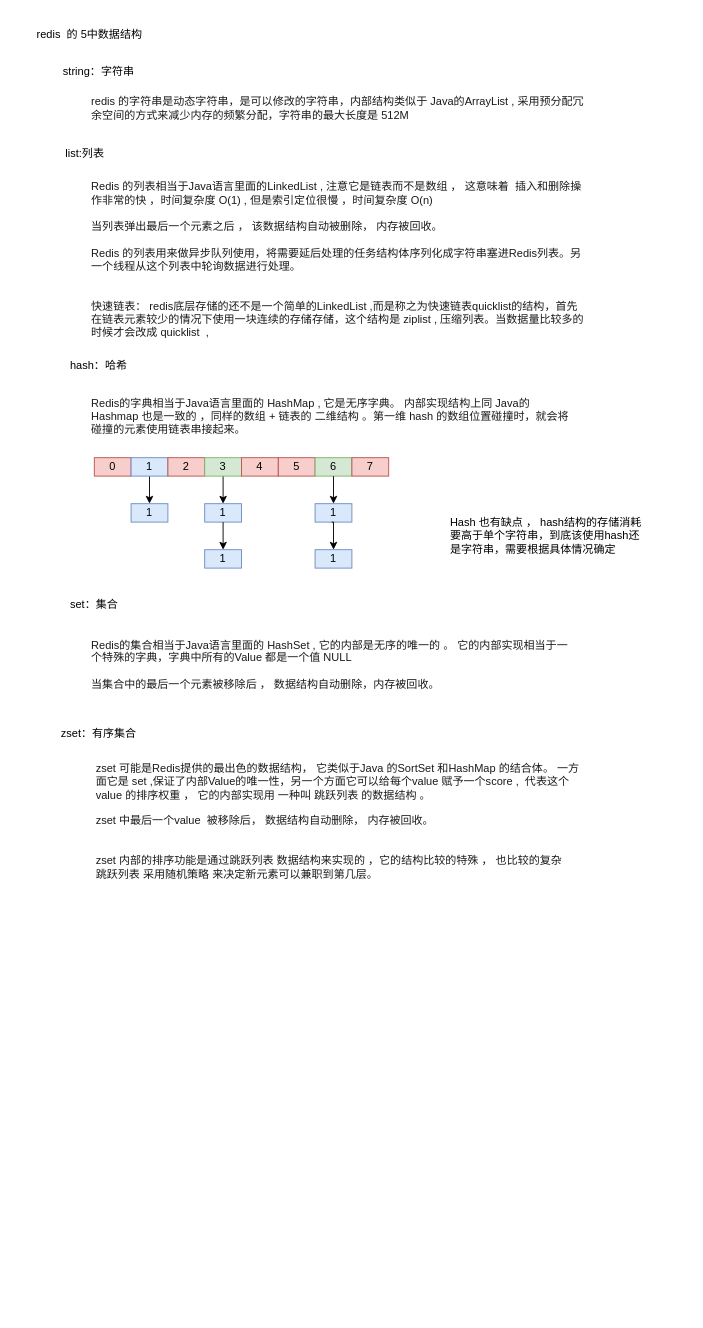
topyuluo/photo-project keeps this draw.io diagram as redis.drawio. Above is the earlier version. Source tidied: cells renumbered, new cells numbered last; positions are measured from the earlier drawing's top-left corner, leaving out a move shared by most shapes. Both pictures are drawn from the tidied source at 92%, with x=0, y=0 at pixel (16, 16).
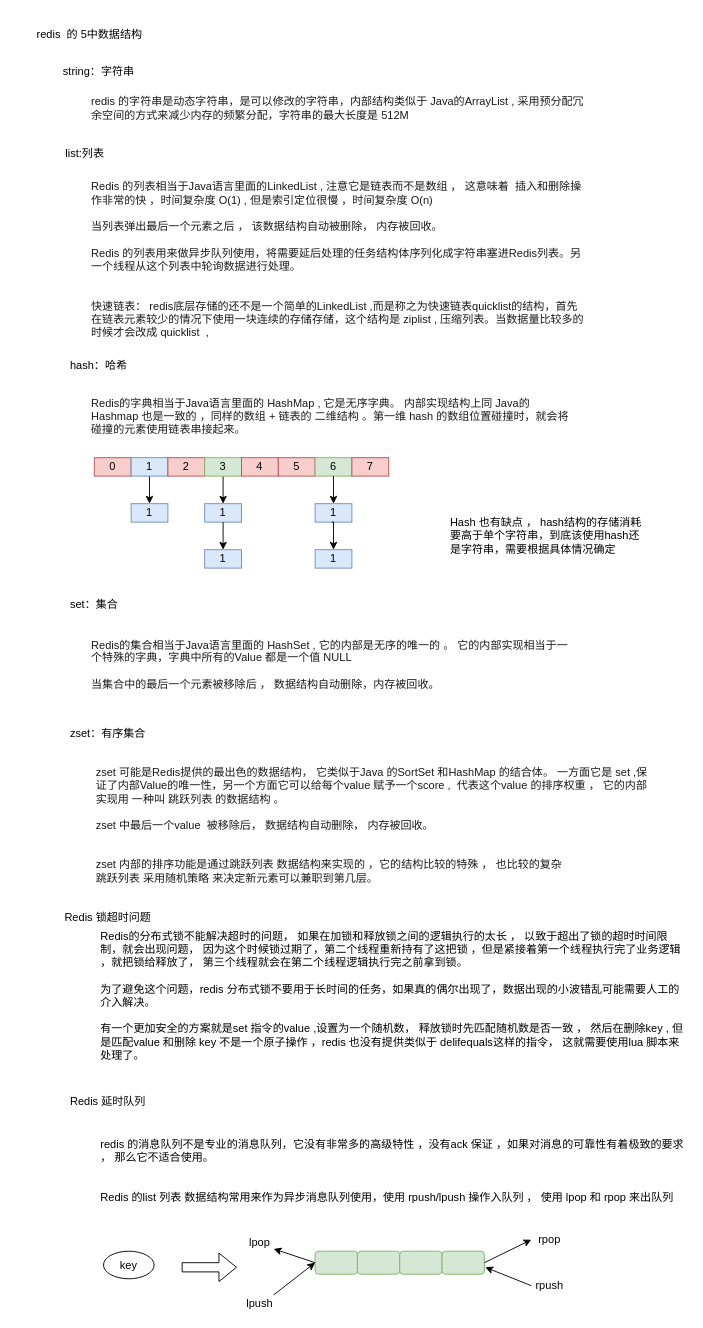
Above is the later version.

Diff of the diagram source:
```diff
@@
     <mxCell id="6" value="zset：有序集合" style="text;html=1;strokeColor=none;fillColor=none;align=center;verticalAlign=middle;whiteSpace=wrap;rounded=0;" parent="1" vertex="1">
-      <mxGeometry x="45" y="770" width="90" height="20" as="geometry" />
+      <mxGeometry x="55" y="770" width="90" height="20" as="geometry" />
     </mxCell>
@@
     <mxCell id="31" value="&lt;font color=&quot;#1a1a1a&quot;&gt;zset 可能是Redis提供的最出色的数据结构， 它类似于Java 的SortSet 和HashMap 的结合体。 一方面它是 set ,保证了内部Value的唯一性，另一个方面它可以给每个value 赋予一个score ,&amp;nbsp; 代表这个value 的排序权重 ， 它的内部实现用 一种叫 跳跃列表 的数据结构 。&lt;br&gt;&lt;br&gt;zset 中最后一个value&amp;nbsp; 被移除后， 数据结构自动删除， 内存被回收。&lt;br&gt;&lt;br&gt;&lt;br&gt;zset 内部的排序功能是通过跳跃列表 数据结构来实现的 ，它的结构比较的特殊 ， 也比较的复杂&lt;br&gt;跳跃列表 采用随机策略 来决定新元素可以兼职到第几层。&lt;br&gt;&lt;/font&gt;" style="text;html=1;strokeColor=none;fillColor=none;align=left;verticalAlign=middle;whiteSpace=wrap;rounded=0;" parent="1" vertex="1">
-      <mxGeometry x="85" y="810" width="535" height="130" as="geometry" />
+      <mxGeometry x="85" y="810" width="605" height="140" as="geometry" />
     </mxCell>
+    <mxCell id="32" value="Redis 锁超时问题" style="text;html=1;strokeColor=none;fillColor=none;align=center;verticalAlign=middle;whiteSpace=wrap;rounded=0;" parent="1" vertex="1">
+      <mxGeometry x="50" y="970" width="100" height="20" as="geometry" />
+    </mxCell>
+    <mxCell id="33" value="Redis的分布式锁不能解决超时的问题， 如果在加锁和释放锁之间的逻辑执行的太长 ， 以致于超出了锁的超时时间限制，就会出现问题， 因为这个时候锁过期了，第二个线程重新持有了这把锁 ，但是紧接着第一个线程执行完了业务逻辑 ，就把锁给释放了， 第三个线程就会在第二个线程逻辑执行完之前拿到锁。&lt;br&gt;&lt;br&gt;为了避免这个问题，redis 分布式锁不要用于长时间的任务，如果真的偶尔出现了，数据出现的小波错乱可能需要人工的介入解决。&lt;br&gt;&lt;br&gt;有一个更加安全的方案就是set 指令的value ,设置为一个随机数， 释放锁时先匹配随机数是否一致 ， 然后在删除key , 但是匹配value 和删除 key 不是一个原子操作 ，redis 也没有提供类似于 delifequals这样的指令， 这就需要使用lua 脚本来处理了。&amp;nbsp;" style="text;html=1;strokeColor=none;fillColor=none;align=left;verticalAlign=middle;whiteSpace=wrap;rounded=0;" parent="1" vertex="1">
+      <mxGeometry x="90" y="1020" width="640" height="90" as="geometry" />
+    </mxCell>
+    <mxCell id="34" value="Redis 延时队列" style="text;html=1;strokeColor=none;fillColor=none;align=center;verticalAlign=middle;whiteSpace=wrap;rounded=0;" parent="1" vertex="1">
+      <mxGeometry x="50" y="1170" width="100" height="20" as="geometry" />
+    </mxCell>
+    <mxCell id="35" value="redis 的消息队列不是专业的消息队列，它没有非常多的高级特性 ，没有ack 保证 ，如果对消息的可靠性有着极致的要求 ， 那么它不适合使用。&lt;br&gt;&lt;br&gt;&lt;br&gt;Redis 的list 列表 数据结构常用来作为异步消息队列使用，使用 rpush/lpush 操作入队列 ， 使用 lpop 和 rpop 来出队列" style="text;html=1;strokeColor=none;fillColor=none;align=left;verticalAlign=middle;whiteSpace=wrap;rounded=0;" parent="1" vertex="1">
+      <mxGeometry x="90" y="1210" width="640" height="90" as="geometry" />
+    </mxCell>
+    <mxCell id="36" value="key" style="ellipse;whiteSpace=wrap;html=1;align=center;" parent="1" vertex="1">
+      <mxGeometry x="95" y="1342.5" width="55" height="30" as="geometry" />
+    </mxCell>
+    <mxCell id="37" style="rounded=1;whiteSpace=wrap;html=1;align=center;fillColor=#d5e8d4;strokeColor=#82b366;" parent="1" vertex="1">
+      <mxGeometry x="325" y="1342.5" width="46" height="25" as="geometry" />
+    </mxCell>
+    <mxCell id="38" style="rounded=1;whiteSpace=wrap;html=1;align=center;fillColor=#d5e8d4;strokeColor=#82b366;" parent="1" vertex="1">
+      <mxGeometry x="371" y="1342.5" width="46" height="25" as="geometry" />
+    </mxCell>
+    <mxCell id="39" style="rounded=1;whiteSpace=wrap;html=1;align=center;fillColor=#d5e8d4;strokeColor=#82b366;" parent="1" vertex="1">
+      <mxGeometry x="417" y="1342.5" width="46" height="25" as="geometry" />
+    </mxCell>
+    <mxCell id="40" style="rounded=1;whiteSpace=wrap;html=1;align=center;fillColor=#d5e8d4;strokeColor=#82b366;" parent="1" vertex="1">
+      <mxGeometry x="463" y="1342.5" width="46" height="25" as="geometry" />
+    </mxCell>
+    <mxCell id="41" style="endArrow=classic;html=1;entryX=0;entryY=0.5;entryDx=0;entryDy=0;" parent="1" edge="1" target="37">
+      <mxGeometry relative="1" as="geometry">
+        <mxPoint x="280" y="1390" as="sourcePoint" />
+      </mxGeometry>
+    </mxCell>
+    <mxCell id="42" style="endArrow=classic;html=1;exitX=0;exitY=0.5;exitDx=0;exitDy=0;" parent="1" edge="1" source="37">
+      <mxGeometry relative="1" as="geometry">
+        <mxPoint x="280" y="1340" as="targetPoint" />
+      </mxGeometry>
+    </mxCell>
+    <mxCell id="43" value="lpush" style="text;html=1;strokeColor=none;fillColor=none;align=center;verticalAlign=middle;whiteSpace=wrap;rounded=0;" parent="1" vertex="1">
+      <mxGeometry x="245" y="1390" width="40" height="20" as="geometry" />
+    </mxCell>
+    <mxCell id="44" value="lpop" style="text;html=1;strokeColor=none;fillColor=none;align=center;verticalAlign=middle;whiteSpace=wrap;rounded=0;" parent="1" vertex="1">
+      <mxGeometry x="245" y="1322.5" width="40" height="20" as="geometry" />
+    </mxCell>
+    <mxCell id="45" style="endArrow=classic;html=1;exitX=1;exitY=0.5;exitDx=0;exitDy=0;" parent="1" edge="1" source="40">
+      <mxGeometry relative="1" as="geometry">
+        <mxPoint x="560" y="1330" as="targetPoint" />
+      </mxGeometry>
+    </mxCell>
+    <mxCell id="46" style="endArrow=classic;html=1;" parent="1" edge="1">
+      <mxGeometry relative="1" as="geometry">
+        <mxPoint x="560" y="1380" as="sourcePoint" />
+        <mxPoint x="510" y="1360" as="targetPoint" />
+      </mxGeometry>
+    </mxCell>
+    <mxCell id="47" value="rpush" style="text;html=1;strokeColor=none;fillColor=none;align=center;verticalAlign=middle;whiteSpace=wrap;rounded=0;" parent="1" vertex="1">
+      <mxGeometry x="560" y="1370" width="40" height="20" as="geometry" />
+    </mxCell>
+    <mxCell id="48" value="rpop" style="text;html=1;strokeColor=none;fillColor=none;align=center;verticalAlign=middle;whiteSpace=wrap;rounded=0;" parent="1" vertex="1">
+      <mxGeometry x="560" y="1320" width="40" height="20" as="geometry" />
+    </mxCell>
+    <mxCell id="49" style="shape=flexArrow;endArrow=classic;html=1;" parent="1" edge="1">
+      <mxGeometry relative="1" as="geometry">
+        <mxPoint x="180" y="1360" as="sourcePoint" />
+        <mxPoint x="240" y="1360" as="targetPoint" />
+      </mxGeometry>
+    </mxCell>
```
